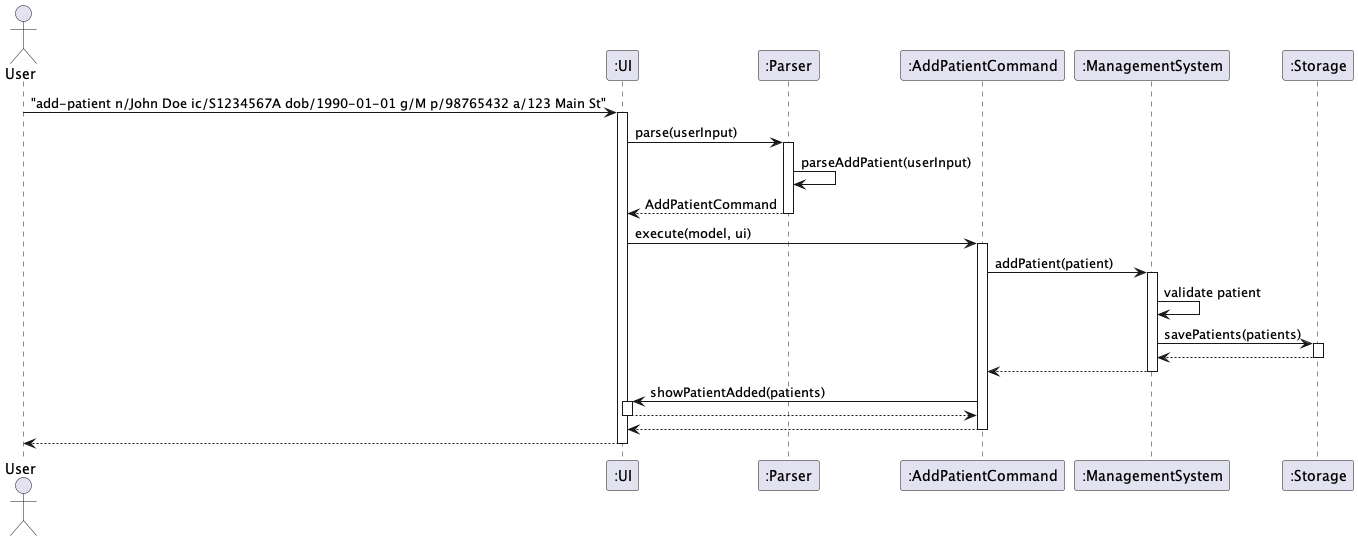
Above: docs/diagrams/ArchitectureSequenceDiagram.png in chwenyee/tp (PlantUML), before the change. The source it was exported from:
```plantuml
@startuml
actor User as user
participant ":UI" as ui
participant ":Parser" as parser
participant ":AddPatientCommand" as command
participant ":ManagementSystem" as model
participant ":Storage" as storage

user -> ui : "add-patient n/John Doe ic/S1234567A dob/1990-01-01 g/M p/98765432 a/123 Main St"
activate ui

ui -> parser : parse(userInput)
activate parser
parser -> parser : parseAddPatient(userInput)
parser --> ui : AddPatientCommand
deactivate parser

ui -> command : execute(model, ui)
activate command

command -> model : addPatient(patient)
activate model

model -> model : validate patient
model -> storage : savePatients(patients)
activate storage
storage --> model
deactivate storage

model --> command
deactivate model

command -> ui : showPatientAdded(patients)
activate ui
ui --> command
deactivate ui

command --> ui
deactivate command

ui --> user
deactivate ui

@enduml
```
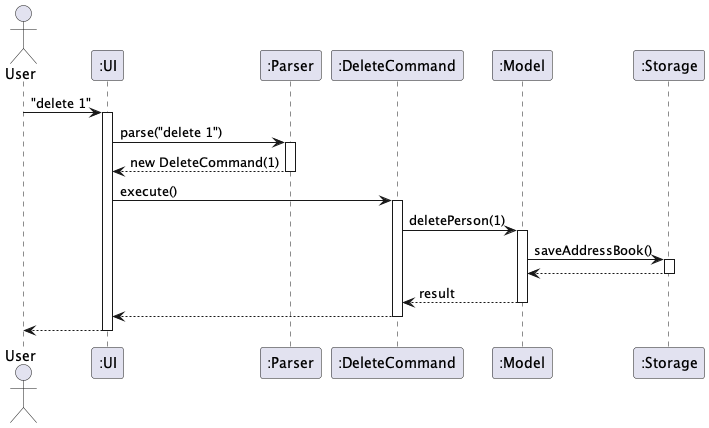
After the commit.

Commit message:
Update architecture diagrams to match professor's example

What changed in the source:
```diff
@@ -1,44 +1,38 @@
 @startuml
-actor User as user
-participant ":UI" as ui
-participant ":Parser" as parser
-participant ":AddPatientCommand" as command
-participant ":ManagementSystem" as model
-participant ":Storage" as storage
 
-user -> ui : "add-patient n/John Doe ic/S1234567A dob/1990-01-01 g/M p/98765432 a/123 Main St"
-activate ui
+actor User
+participant ":UI" as UI
+participant ":Parser" as Parser
+participant ":DeleteCommand" as Command
+participant ":Model" as Model
+participant ":Storage" as Storage
 
-ui -> parser : parse(userInput)
-activate parser
-parser -> parser : parseAddPatient(userInput)
-parser --> ui : AddPatientCommand
-deactivate parser
+User -> UI : "delete 1"
+activate UI
 
-ui -> command : execute(model, ui)
-activate command
+UI -> Parser : parse("delete 1")
+activate Parser
+Parser --> UI : new DeleteCommand(1)
+deactivate Parser
 
-command -> model : addPatient(patient)
-activate model
+UI -> Command : execute()
+activate Command
 
-model -> model : validate patient
-model -> storage : savePatients(patients)
-activate storage
-storage --> model
-deactivate storage
+Command -> Model : deletePerson(1)
+activate Model
 
-model --> command
-deactivate model
+Model -> Storage : saveAddressBook()
+activate Storage
+Storage --> Model
+deactivate Storage
 
-command -> ui : showPatientAdded(patients)
-activate ui
-ui --> command
-deactivate ui
+Model --> Command : result
+deactivate Model
 
-command --> ui
-deactivate command
+Command --> UI
+deactivate Command
 
-ui --> user
-deactivate ui
+UI --> User
+deactivate UI
 
 @enduml
```
